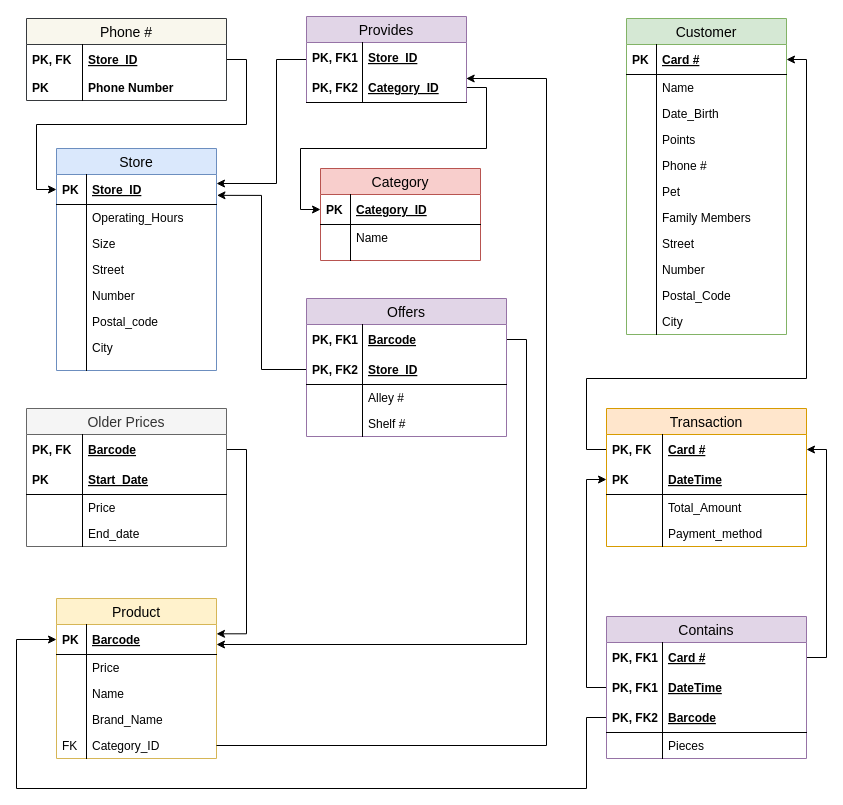
Above: Market_RelationDiagram.drawio in konskov/DataBases (draw.io), before the change. Source tidied: cells renumbered, new cells numbered last; positions are measured from the earlier drawing's top-left corner, leaving out a move shared by most shapes. Both pictures are drawn from the tidied source at 100%, with x=0, y=0 at pixel (16, 16).
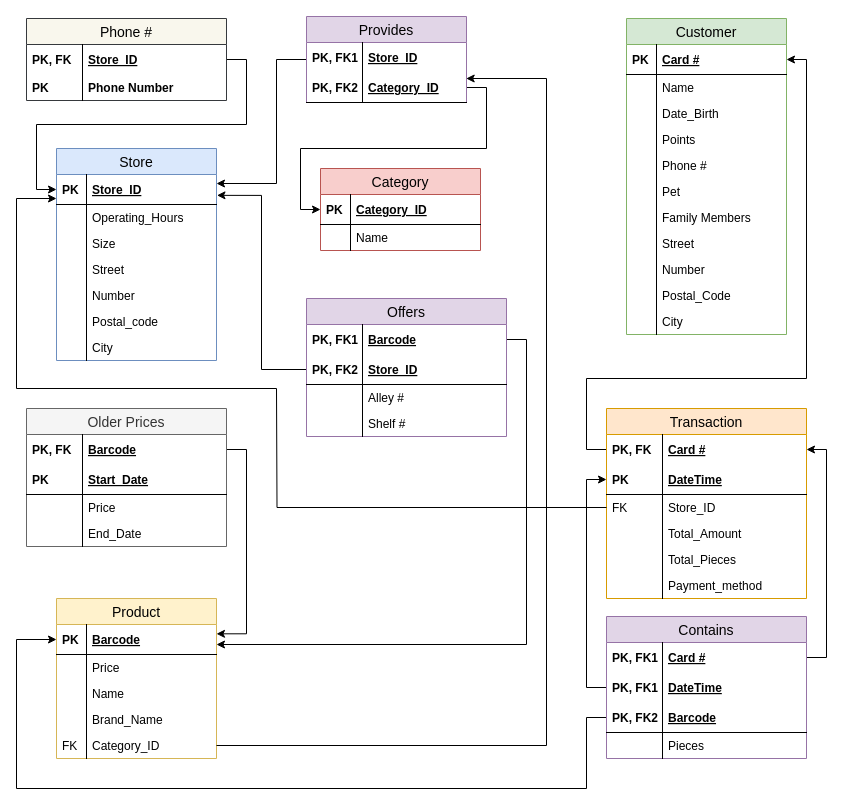
Above is the later version.

Commit message:
Final relational schema

Unchanged cells that the change refers to:
```xml
<mxCell id="18" value="Store_ID" style="shape=partialRectangle;top=0;left=0;right=0;bottom=1;align=left;verticalAlign=middle;fillColor=none;spacingLeft=34;spacingRight=4;overflow=hidden;points=[[0,0.5],[1,0.5]];portConstraint=eastwest;fontStyle=5;fontSize=12;" parent="17" vertex="1">
  <mxGeometry y="26" width="160" height="30" as="geometry" />
</mxCell>
<mxCell id="34" value="Older Prices" style="swimlane;fontStyle=0;horizontal=1;startSize=26;align=center;fontSize=14;fillColor=#f5f5f5;strokeColor=#666666;fontColor=#333333;" parent="1" vertex="1">
  <mxGeometry x="10" y="392" width="200" height="138" as="geometry" />
</mxCell>
```

Change to the diagram source:
```diff
@@
     <mxCell id="17" value="Store" style="swimlane;fontStyle=0;horizontal=1;startSize=26;align=center;fontSize=14;fillColor=#dae8fc;strokeColor=#6c8ebf;" parent="1" vertex="1">
-      <mxGeometry x="40" y="132" width="160" height="222" as="geometry" />
+      <mxGeometry x="40" y="132" width="160" height="212" as="geometry" />
     </mxCell>
@@
-    <mxCell id="32" style="shape=partialRectangle;top=0;left=0;right=0;bottom=0;align=left;verticalAlign=top;fillColor=none;spacingLeft=34;spacingRight=4;overflow=hidden;fontSize=12;" parent="17" vertex="1">
-      <mxGeometry y="212" width="160" height="10" as="geometry" />
-    </mxCell>
-    <mxCell id="33" style="shape=partialRectangle;top=0;left=0;bottom=0;fillColor=none;align=left;verticalAlign=top;spacingLeft=4;spacingRight=4;overflow=hidden;fontSize=12;" parent="32" vertex="1">
-      <mxGeometry width="30" height="10" as="geometry" />
-    </mxCell>
@@
-    <mxCell id="41" value="End_date" style="shape=partialRectangle;top=0;left=0;right=0;bottom=0;align=left;verticalAlign=top;fillColor=none;spacingLeft=60;spacingRight=4;overflow=hidden;fontSize=12;" parent="34" vertex="1">
+    <mxCell id="41" value="End_Date" style="shape=partialRectangle;top=0;left=0;right=0;bottom=0;align=left;verticalAlign=top;fillColor=none;spacingLeft=60;spacingRight=4;overflow=hidden;fontSize=12;" parent="34" vertex="1">
       <mxGeometry y="112" width="200" height="26" as="geometry" />
     </mxCell>
@@
     <mxCell id="68" value="Category" style="swimlane;fontStyle=0;horizontal=1;startSize=26;align=center;fontSize=14;fillColor=#f8cecc;strokeColor=#b85450;" parent="1" vertex="1">
-      <mxGeometry x="304" y="152" width="160" height="92" as="geometry" />
+      <mxGeometry x="304" y="152" width="160" height="82" as="geometry" />
     </mxCell>
@@
-    <mxCell id="73" style="shape=partialRectangle;top=0;left=0;right=0;bottom=0;align=left;verticalAlign=top;fillColor=none;spacingLeft=34;spacingRight=4;overflow=hidden;fontSize=12;" parent="68" vertex="1">
-      <mxGeometry y="82" width="160" height="10" as="geometry" />
-    </mxCell>
-    <mxCell id="74" style="shape=partialRectangle;top=0;left=0;bottom=0;fillColor=none;align=left;verticalAlign=top;spacingLeft=4;spacingRight=4;overflow=hidden;fontSize=12;" parent="73" vertex="1">
-      <mxGeometry width="30" height="10" as="geometry" />
-    </mxCell>
@@
     <mxCell id="98" value="Transaction" style="swimlane;fontStyle=0;horizontal=1;startSize=26;align=center;fontSize=14;fillColor=#ffe6cc;strokeColor=#d79b00;" parent="1" vertex="1">
-      <mxGeometry x="590" y="392" width="200" height="138" as="geometry" />
+      <mxGeometry x="590" y="392" width="200" height="190" as="geometry" />
     </mxCell>
@@
+    <mxCell id="117" value="Store_ID" style="shape=partialRectangle;top=0;left=0;right=0;bottom=0;align=left;verticalAlign=top;fillColor=none;spacingLeft=60;spacingRight=4;overflow=hidden;points=[[0,0.5],[1,0.5]];portConstraint=eastwest;fontSize=12;" parent="98" vertex="1">
+      <mxGeometry y="86" width="200" height="26" as="geometry" />
+    </mxCell>
+    <mxCell id="118" value="FK" style="shape=partialRectangle;top=0;left=0;bottom=0;fillColor=none;align=left;verticalAlign=top;spacingLeft=4;spacingRight=4;overflow=hidden;fontSize=12;" parent="117" vertex="1">
+      <mxGeometry width="56" height="26" as="geometry" />
+    </mxCell>
     <mxCell id="103" value="Total_Amount" style="shape=partialRectangle;top=0;left=0;right=0;bottom=0;align=left;verticalAlign=top;fillColor=none;spacingLeft=60;spacingRight=4;overflow=hidden;fontSize=12;" parent="98" vertex="1">
-      <mxGeometry y="86" width="200" height="26" as="geometry" />
+      <mxGeometry y="112" width="200" height="26" as="geometry" />
     </mxCell>
@@
+    <mxCell id="119" value="Total_Pieces" style="shape=partialRectangle;top=0;left=0;right=0;bottom=0;align=left;verticalAlign=top;fillColor=none;spacingLeft=60;spacingRight=4;overflow=hidden;fontSize=12;" parent="98" vertex="1">
+      <mxGeometry y="138" width="200" height="26" as="geometry" />
+    </mxCell>
+    <mxCell id="120" style="shape=partialRectangle;top=0;left=0;bottom=0;fillColor=none;align=left;verticalAlign=top;spacingLeft=4;spacingRight=4;overflow=hidden;fontSize=12;" parent="119" vertex="1">
+      <mxGeometry width="56" height="26" as="geometry" />
+    </mxCell>
     <mxCell id="105" value="Payment_method" style="shape=partialRectangle;top=0;left=0;right=0;bottom=0;align=left;verticalAlign=top;fillColor=none;spacingLeft=60;spacingRight=4;overflow=hidden;fontSize=12;" parent="98" vertex="1">
-      <mxGeometry y="112" width="200" height="26" as="geometry" />
+      <mxGeometry y="164" width="200" height="26" as="geometry" />
     </mxCell>
@@
+    <mxCell id="121" style="edgeStyle=orthogonalEdgeStyle;rounded=0;jettySize=auto;html=1;endArrow=none;endFill=0;startArrow=classic;startFill=1;" parent="1" edge="1" source="18">
+      <mxGeometry relative="1" as="geometry">
+        <mxPoint x="260" y="372" as="targetPoint" />
+        <Array as="points">
+          <mxPoint y="182" />
+        </Array>
+      </mxGeometry>
+    </mxCell>
+    <mxCell id="122" style="edgeStyle=orthogonalEdgeStyle;rounded=0;jettySize=auto;html=1;startArrow=none;startFill=0;endArrow=none;endFill=0;" parent="1" edge="1" source="117">
+      <mxGeometry relative="1" as="geometry">
+        <mxPoint x="260" y="372" as="targetPoint" />
+      </mxGeometry>
+    </mxCell>
```
